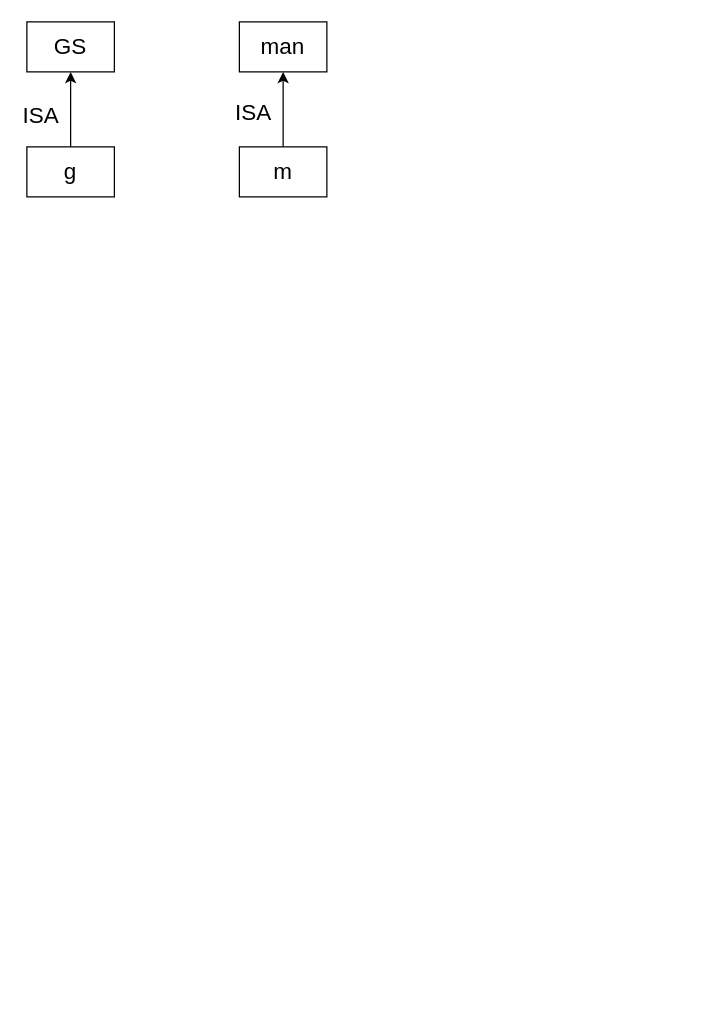
The draw.io diagram ai_homework_3.drawio in Zhou-AY/hello-world, before the edit. Source tidied: cells renumbered, new cells numbered last; positions are measured from the earlier drawing's top-left corner, leaving out a move shared by most shapes. Both pictures are drawn from the tidied source at 125%, with x=0, y=0 at pixel (26, 21).
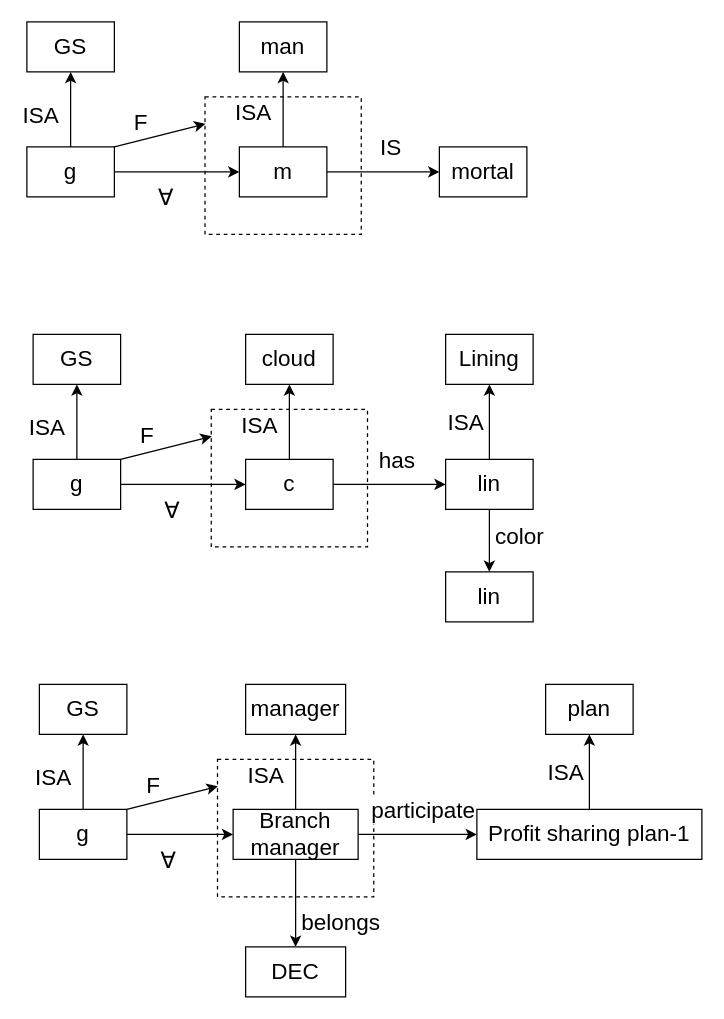
The same page after the edit.

Unchanged cells that the change refers to:
```xml
<mxCell id="5" value="&lt;span style=&quot;font-size: 18px;&quot;&gt;g&lt;/span&gt;" style="rounded=0;whiteSpace=wrap;html=1;" parent="1" vertex="1">
  <mxGeometry y="100" width="70" height="40" as="geometry" />
</mxCell>
<mxCell id="8" value="&lt;span style=&quot;font-size: 18px;&quot;&gt;m&lt;/span&gt;" style="rounded=0;whiteSpace=wrap;html=1;" parent="1" vertex="1">
  <mxGeometry x="170" y="100" width="70" height="40" as="geometry" />
</mxCell>
```

What changed in the source:
```diff
@@
+    <mxCell id="10" style="rounded=0;whiteSpace=wrap;html=1;dashed=1;" parent="1" vertex="1">
+      <mxGeometry x="142.5" y="60" width="125" height="110" as="geometry" />
+    </mxCell>
@@
+    <mxCell id="11" style="edgeStyle=orthogonalEdgeStyle;rounded=0;jettySize=auto;html=1;exitX=1;exitY=0.5;exitDx=0;exitDy=0;entryX=0;entryY=0.5;entryDx=0;entryDy=0;" parent="1" edge="1" source="5" target="8">
+      <mxGeometry relative="1" as="geometry" />
+    </mxCell>
+    <mxCell id="12" value="&lt;font style=&quot;font-size: 18px;&quot;&gt;∀&lt;/font&gt;" style="edgeLabel;html=1;align=center;verticalAlign=middle;" parent="11" vertex="1">
+      <mxGeometry x="0.08" y="1" relative="1" as="geometry">
+        <mxPoint x="-14" y="21" as="offset" />
+      </mxGeometry>
+    </mxCell>
@@
+    <mxCell id="13" style="edgeStyle=orthogonalEdgeStyle;rounded=0;jettySize=auto;html=1;exitX=1;exitY=0.5;exitDx=0;exitDy=0;entryX=0;entryY=0.5;entryDx=0;entryDy=0;" parent="1" edge="1" source="8" target="15">
+      <mxGeometry relative="1" as="geometry" />
+    </mxCell>
+    <mxCell id="14" value="&lt;font style=&quot;font-size: 18px;&quot;&gt;IS&lt;/font&gt;" style="edgeLabel;html=1;align=center;verticalAlign=middle;" parent="13" vertex="1">
+      <mxGeometry x="-0.18" y="3" relative="1" as="geometry">
+        <mxPoint x="13" y="-17" as="offset" />
+      </mxGeometry>
+    </mxCell>
@@
+    <mxCell id="15" value="&lt;span style=&quot;font-size: 18px;&quot;&gt;mortal&lt;br&gt;&lt;/span&gt;" style="rounded=0;whiteSpace=wrap;html=1;" parent="1" vertex="1">
+      <mxGeometry x="330" y="100" width="70" height="40" as="geometry" />
+    </mxCell>
+    <mxCell id="16" style="endArrow=classic;html=1;rounded=0;exitX=1;exitY=0;exitDx=0;exitDy=0;entryX=0.002;entryY=0.196;entryDx=0;entryDy=0;entryPerimeter=0;" parent="1" edge="1" source="5" target="10">
+      <mxGeometry relative="1" as="geometry" />
+    </mxCell>
+    <mxCell id="17" value="&lt;font style=&quot;font-size: 18px;&quot;&gt;F&lt;/font&gt;" style="edgeLabel;html=1;align=center;verticalAlign=middle;" parent="16" vertex="1">
+      <mxGeometry x="-0.07" y="-1" relative="1" as="geometry">
+        <mxPoint x="-14" y="-12" as="offset" />
+      </mxGeometry>
+    </mxCell>
+    <mxCell id="18" style="rounded=0;whiteSpace=wrap;html=1;dashed=1;" parent="1" vertex="1">
+      <mxGeometry x="147.5" y="310" width="125" height="110" as="geometry" />
+    </mxCell>
+    <mxCell id="19" value="&lt;font style=&quot;font-size: 18px;&quot;&gt;GS&lt;/font&gt;" style="rounded=0;whiteSpace=wrap;html=1;" parent="1" vertex="1">
+      <mxGeometry x="5" y="250" width="70" height="40" as="geometry" />
+    </mxCell>
+    <mxCell id="20" style="edgeStyle=orthogonalEdgeStyle;rounded=0;jettySize=auto;html=1;exitX=0.5;exitY=0;exitDx=0;exitDy=0;entryX=0.5;entryY=1;entryDx=0;entryDy=0;" parent="1" edge="1" source="24" target="19">
+      <mxGeometry relative="1" as="geometry" />
+    </mxCell>
+    <mxCell id="21" value="&lt;font style=&quot;font-size: 18px;&quot;&gt;ISA&lt;/font&gt;" style="edgeLabel;html=1;align=center;verticalAlign=middle;" parent="20" vertex="1">
+      <mxGeometry x="-0.13" y="1" relative="1" as="geometry">
+        <mxPoint x="-24" as="offset" />
+      </mxGeometry>
+    </mxCell>
+    <mxCell id="22" style="edgeStyle=orthogonalEdgeStyle;rounded=0;jettySize=auto;html=1;exitX=1;exitY=0.5;exitDx=0;exitDy=0;entryX=0;entryY=0.5;entryDx=0;entryDy=0;" parent="1" edge="1" source="24" target="29">
+      <mxGeometry relative="1" as="geometry" />
+    </mxCell>
+    <mxCell id="23" value="&lt;font style=&quot;font-size: 18px;&quot;&gt;∀&lt;/font&gt;" style="edgeLabel;html=1;align=center;verticalAlign=middle;" parent="22" vertex="1">
+      <mxGeometry x="0.08" y="1" relative="1" as="geometry">
+        <mxPoint x="-14" y="21" as="offset" />
+      </mxGeometry>
+    </mxCell>
+    <mxCell id="24" value="&lt;span style=&quot;font-size: 18px;&quot;&gt;g&lt;/span&gt;" style="rounded=0;whiteSpace=wrap;html=1;" parent="1" vertex="1">
+      <mxGeometry x="5" y="350" width="70" height="40" as="geometry" />
+    </mxCell>
+    <mxCell id="25" style="edgeStyle=orthogonalEdgeStyle;rounded=0;jettySize=auto;html=1;exitX=0.5;exitY=0;exitDx=0;exitDy=0;entryX=0.5;entryY=1;entryDx=0;entryDy=0;" parent="1" edge="1" source="29" target="30">
+      <mxGeometry relative="1" as="geometry" />
+    </mxCell>
+    <mxCell id="26" value="&lt;font style=&quot;font-size: 18px;&quot;&gt;ISA&lt;/font&gt;" style="edgeLabel;html=1;align=center;verticalAlign=middle;" parent="25" vertex="1">
+      <mxGeometry x="-0.07" y="-1" relative="1" as="geometry">
+        <mxPoint x="-26" as="offset" />
+      </mxGeometry>
+    </mxCell>
+    <mxCell id="27" style="edgeStyle=orthogonalEdgeStyle;rounded=0;jettySize=auto;html=1;exitX=1;exitY=0.5;exitDx=0;exitDy=0;entryX=0;entryY=0.5;entryDx=0;entryDy=0;" parent="1" edge="1" source="29" target="33">
+      <mxGeometry relative="1" as="geometry" />
+    </mxCell>
+    <mxCell id="28" value="&lt;span style=&quot;font-size: 18px;&quot;&gt;has&lt;/span&gt;" style="edgeLabel;html=1;align=center;verticalAlign=middle;" parent="27" vertex="1">
+      <mxGeometry x="-0.18" y="3" relative="1" as="geometry">
+        <mxPoint x="13" y="-17" as="offset" />
+      </mxGeometry>
+    </mxCell>
+    <mxCell id="29" value="&lt;span style=&quot;font-size: 18px;&quot;&gt;c&lt;/span&gt;" style="rounded=0;whiteSpace=wrap;html=1;" parent="1" vertex="1">
+      <mxGeometry x="175" y="350" width="70" height="40" as="geometry" />
+    </mxCell>
+    <mxCell id="30" value="&lt;span style=&quot;font-size: 18px;&quot;&gt;cloud&lt;/span&gt;" style="rounded=0;whiteSpace=wrap;html=1;" parent="1" vertex="1">
+      <mxGeometry x="175" y="250" width="70" height="40" as="geometry" />
+    </mxCell>
+    <mxCell id="31" style="edgeStyle=orthogonalEdgeStyle;rounded=0;jettySize=auto;html=1;exitX=0.5;exitY=0;exitDx=0;exitDy=0;entryX=0.5;entryY=1;entryDx=0;entryDy=0;" parent="1" edge="1" source="33" target="36">
+      <mxGeometry relative="1" as="geometry" />
+    </mxCell>
+    <mxCell id="32" style="edgeStyle=orthogonalEdgeStyle;rounded=0;jettySize=auto;html=1;exitX=0.5;exitY=1;exitDx=0;exitDy=0;entryX=0.5;entryY=0;entryDx=0;entryDy=0;" parent="1" edge="1" source="33" target="38">
+      <mxGeometry relative="1" as="geometry" />
+    </mxCell>
+    <mxCell id="33" value="&lt;span style=&quot;font-size: 18px;&quot;&gt;lin&lt;br&gt;&lt;/span&gt;" style="rounded=0;whiteSpace=wrap;html=1;" parent="1" vertex="1">
+      <mxGeometry x="335" y="350" width="70" height="40" as="geometry" />
+    </mxCell>
+    <mxCell id="34" style="endArrow=classic;html=1;rounded=0;exitX=1;exitY=0;exitDx=0;exitDy=0;entryX=0.002;entryY=0.196;entryDx=0;entryDy=0;entryPerimeter=0;" parent="1" edge="1" source="24" target="18">
+      <mxGeometry relative="1" as="geometry" />
+    </mxCell>
+    <mxCell id="35" value="&lt;font style=&quot;font-size: 18px;&quot;&gt;F&lt;/font&gt;" style="edgeLabel;html=1;align=center;verticalAlign=middle;" parent="34" vertex="1">
+      <mxGeometry x="-0.07" y="-1" relative="1" as="geometry">
+        <mxPoint x="-14" y="-12" as="offset" />
+      </mxGeometry>
+    </mxCell>
+    <mxCell id="36" value="&lt;span style=&quot;font-size: 18px;&quot;&gt;Lining&lt;/span&gt;" style="rounded=0;whiteSpace=wrap;html=1;" parent="1" vertex="1">
+      <mxGeometry x="335" y="250" width="70" height="40" as="geometry" />
+    </mxCell>
+    <mxCell id="37" value="&lt;font style=&quot;font-size: 18px;&quot;&gt;ISA&lt;/font&gt;" style="edgeLabel;html=1;align=center;verticalAlign=middle;" parent="1" vertex="1">
+      <mxGeometry x="350" y="320" as="geometry" />
+    </mxCell>
+    <mxCell id="38" value="&lt;span style=&quot;font-size: 18px;&quot;&gt;lin&lt;br&gt;&lt;/span&gt;" style="rounded=0;whiteSpace=wrap;html=1;" parent="1" vertex="1">
+      <mxGeometry x="335" y="440" width="70" height="40" as="geometry" />
+    </mxCell>
+    <mxCell id="39" value="&lt;span style=&quot;font-size: 18px;&quot;&gt;color&lt;/span&gt;" style="edgeLabel;html=1;align=center;verticalAlign=middle;" parent="1" vertex="1">
+      <mxGeometry x="310" y="360" as="geometry">
+        <mxPoint x="83" y="51" as="offset" />
+      </mxGeometry>
+    </mxCell>
+    <mxCell id="40" style="rounded=0;whiteSpace=wrap;html=1;dashed=1;" parent="1" vertex="1">
+      <mxGeometry x="152.5" y="590" width="125" height="110" as="geometry" />
+    </mxCell>
+    <mxCell id="41" value="&lt;font style=&quot;font-size: 18px;&quot;&gt;GS&lt;/font&gt;" style="rounded=0;whiteSpace=wrap;html=1;" parent="1" vertex="1">
+      <mxGeometry x="10" y="530" width="70" height="40" as="geometry" />
+    </mxCell>
+    <mxCell id="42" style="edgeStyle=orthogonalEdgeStyle;rounded=0;jettySize=auto;html=1;exitX=0.5;exitY=0;exitDx=0;exitDy=0;entryX=0.5;entryY=1;entryDx=0;entryDy=0;" parent="1" edge="1" source="46" target="41">
+      <mxGeometry relative="1" as="geometry" />
+    </mxCell>
+    <mxCell id="43" value="&lt;font style=&quot;font-size: 18px;&quot;&gt;ISA&lt;/font&gt;" style="edgeLabel;html=1;align=center;verticalAlign=middle;" parent="42" vertex="1">
+      <mxGeometry x="-0.13" y="1" relative="1" as="geometry">
+        <mxPoint x="-24" as="offset" />
+      </mxGeometry>
+    </mxCell>
+    <mxCell id="44" style="edgeStyle=orthogonalEdgeStyle;rounded=0;jettySize=auto;html=1;exitX=1;exitY=0.5;exitDx=0;exitDy=0;entryX=0;entryY=0.5;entryDx=0;entryDy=0;" parent="1" edge="1" source="46" target="53">
+      <mxGeometry relative="1" as="geometry" />
+    </mxCell>
+    <mxCell id="45" value="&lt;font style=&quot;font-size: 18px;&quot;&gt;∀&lt;/font&gt;" style="edgeLabel;html=1;align=center;verticalAlign=middle;" parent="44" vertex="1">
+      <mxGeometry x="0.08" y="1" relative="1" as="geometry">
+        <mxPoint x="-14" y="21" as="offset" />
+      </mxGeometry>
+    </mxCell>
+    <mxCell id="46" value="&lt;span style=&quot;font-size: 18px;&quot;&gt;g&lt;/span&gt;" style="rounded=0;whiteSpace=wrap;html=1;" parent="1" vertex="1">
+      <mxGeometry x="10" y="630" width="70" height="40" as="geometry" />
+    </mxCell>
+    <mxCell id="47" style="edgeStyle=orthogonalEdgeStyle;rounded=0;jettySize=auto;html=1;exitX=0.5;exitY=0;exitDx=0;exitDy=0;entryX=0.5;entryY=1;entryDx=0;entryDy=0;" parent="1" edge="1" source="53" target="54">
+      <mxGeometry relative="1" as="geometry" />
+    </mxCell>
+    <mxCell id="48" value="&lt;font style=&quot;font-size: 18px;&quot;&gt;ISA&lt;/font&gt;" style="edgeLabel;html=1;align=center;verticalAlign=middle;" parent="47" vertex="1">
+      <mxGeometry x="-0.07" y="-1" relative="1" as="geometry">
+        <mxPoint x="-26" as="offset" />
+      </mxGeometry>
+    </mxCell>
+    <mxCell id="49" style="edgeStyle=orthogonalEdgeStyle;rounded=0;jettySize=auto;html=1;exitX=1;exitY=0.5;exitDx=0;exitDy=0;entryX=0;entryY=0.5;entryDx=0;entryDy=0;" parent="1" edge="1" source="53" target="56">
+      <mxGeometry relative="1" as="geometry" />
+    </mxCell>
+    <mxCell id="50" value="&lt;span style=&quot;font-size: 18px;&quot;&gt;belongs&lt;/span&gt;" style="edgeLabel;html=1;align=center;verticalAlign=middle;" parent="49" vertex="1">
+      <mxGeometry x="-0.18" y="3" relative="1" as="geometry">
+        <mxPoint x="-54" y="73" as="offset" />
+      </mxGeometry>
+    </mxCell>
+    <mxCell id="51" value="&lt;font style=&quot;font-size: 18px;&quot;&gt;participate&lt;/font&gt;" style="edgeLabel;html=1;align=center;verticalAlign=middle;" parent="49" vertex="1">
+      <mxGeometry x="-0.07" y="-1" relative="1" as="geometry">
+        <mxPoint x="7" y="-21" as="offset" />
+      </mxGeometry>
+    </mxCell>
+    <mxCell id="52" style="edgeStyle=orthogonalEdgeStyle;rounded=0;jettySize=auto;html=1;exitX=0.5;exitY=1;exitDx=0;exitDy=0;entryX=0.5;entryY=0;entryDx=0;entryDy=0;" parent="1" edge="1" source="53" target="61">
+      <mxGeometry relative="1" as="geometry" />
+    </mxCell>
+    <mxCell id="53" value="&lt;span style=&quot;font-size: 18px;&quot;&gt;Branch manager&lt;/span&gt;" style="rounded=0;whiteSpace=wrap;html=1;" parent="1" vertex="1">
+      <mxGeometry x="165" y="630" width="100" height="40" as="geometry" />
+    </mxCell>
+    <mxCell id="54" value="&lt;span style=&quot;font-size: 18px;&quot;&gt;manager&lt;/span&gt;" style="rounded=0;whiteSpace=wrap;html=1;" parent="1" vertex="1">
+      <mxGeometry x="175" y="530" width="80" height="40" as="geometry" />
+    </mxCell>
+    <mxCell id="55" style="edgeStyle=orthogonalEdgeStyle;rounded=0;jettySize=auto;html=1;exitX=0.5;exitY=0;exitDx=0;exitDy=0;entryX=0.5;entryY=1;entryDx=0;entryDy=0;" parent="1" edge="1" source="56" target="59">
+      <mxGeometry relative="1" as="geometry" />
+    </mxCell>
+    <mxCell id="56" value="&lt;span style=&quot;font-size: 18px;&quot;&gt;Profit sharing plan-1&lt;br&gt;&lt;/span&gt;" style="rounded=0;whiteSpace=wrap;html=1;" parent="1" vertex="1">
+      <mxGeometry x="360" y="630" width="180" height="40" as="geometry" />
+    </mxCell>
+    <mxCell id="57" style="endArrow=classic;html=1;rounded=0;exitX=1;exitY=0;exitDx=0;exitDy=0;entryX=0.002;entryY=0.196;entryDx=0;entryDy=0;entryPerimeter=0;" parent="1" edge="1" source="46" target="40">
+      <mxGeometry relative="1" as="geometry" />
+    </mxCell>
+    <mxCell id="58" value="&lt;font style=&quot;font-size: 18px;&quot;&gt;F&lt;/font&gt;" style="edgeLabel;html=1;align=center;verticalAlign=middle;" parent="57" vertex="1">
+      <mxGeometry x="-0.07" y="-1" relative="1" as="geometry">
+        <mxPoint x="-14" y="-12" as="offset" />
+      </mxGeometry>
+    </mxCell>
+    <mxCell id="59" value="&lt;span style=&quot;font-size: 18px;&quot;&gt;plan&lt;/span&gt;" style="rounded=0;whiteSpace=wrap;html=1;" parent="1" vertex="1">
+      <mxGeometry x="415" y="530" width="70" height="40" as="geometry" />
+    </mxCell>
+    <mxCell id="60" value="&lt;font style=&quot;font-size: 18px;&quot;&gt;ISA&lt;/font&gt;" style="edgeLabel;html=1;align=center;verticalAlign=middle;" parent="1" vertex="1">
+      <mxGeometry x="430" y="600" as="geometry" />
+    </mxCell>
+    <mxCell id="61" value="&lt;span style=&quot;font-size: 18px;&quot;&gt;DEC&lt;/span&gt;" style="rounded=0;whiteSpace=wrap;html=1;" parent="1" vertex="1">
+      <mxGeometry x="175" y="740" width="80" height="40" as="geometry" />
+    </mxCell>
```
